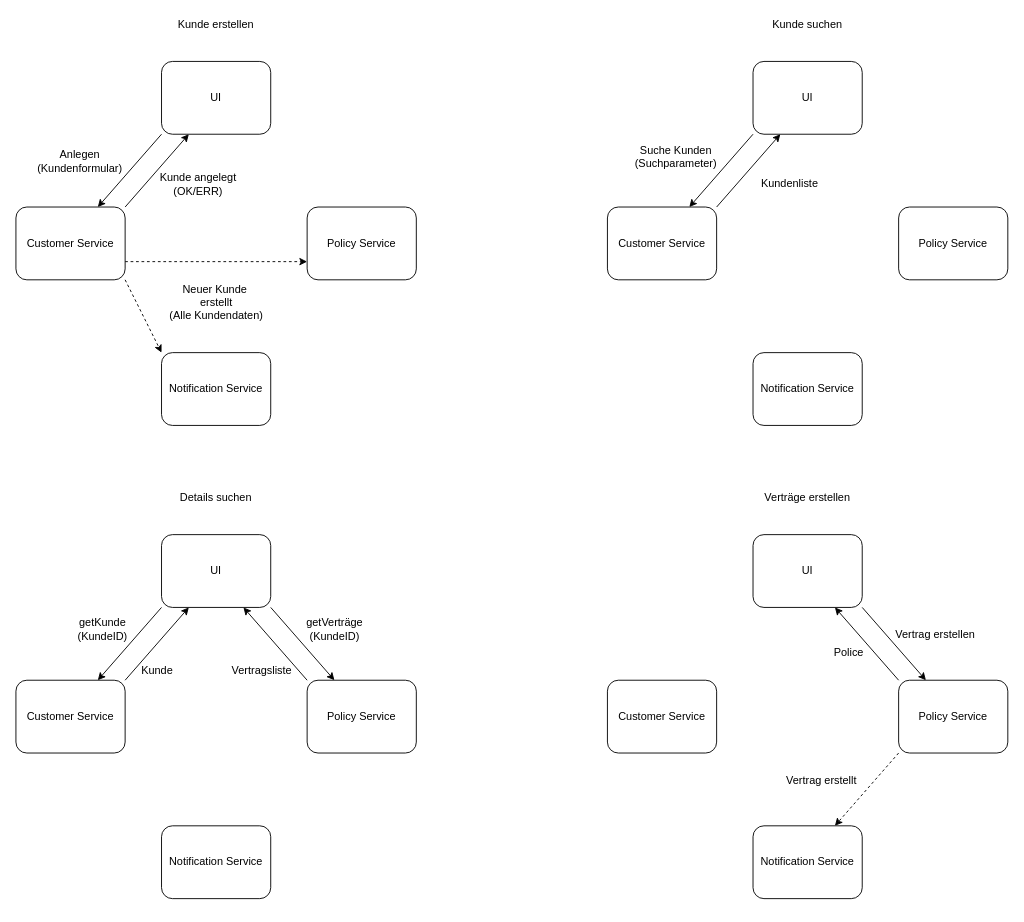
This is EDA/EDA_Ablauf.drawio from danieland2606/Bachelorprojekt, a draw.io file, before an edit. Source tidied: cells renumbered, new cells numbered last; positions are measured from the earlier drawing's top-left corner, leaving out a move shared by most shapes. Both pictures are drawn from the tidied source at 91%, with x=0, y=0 at pixel (15, 15).
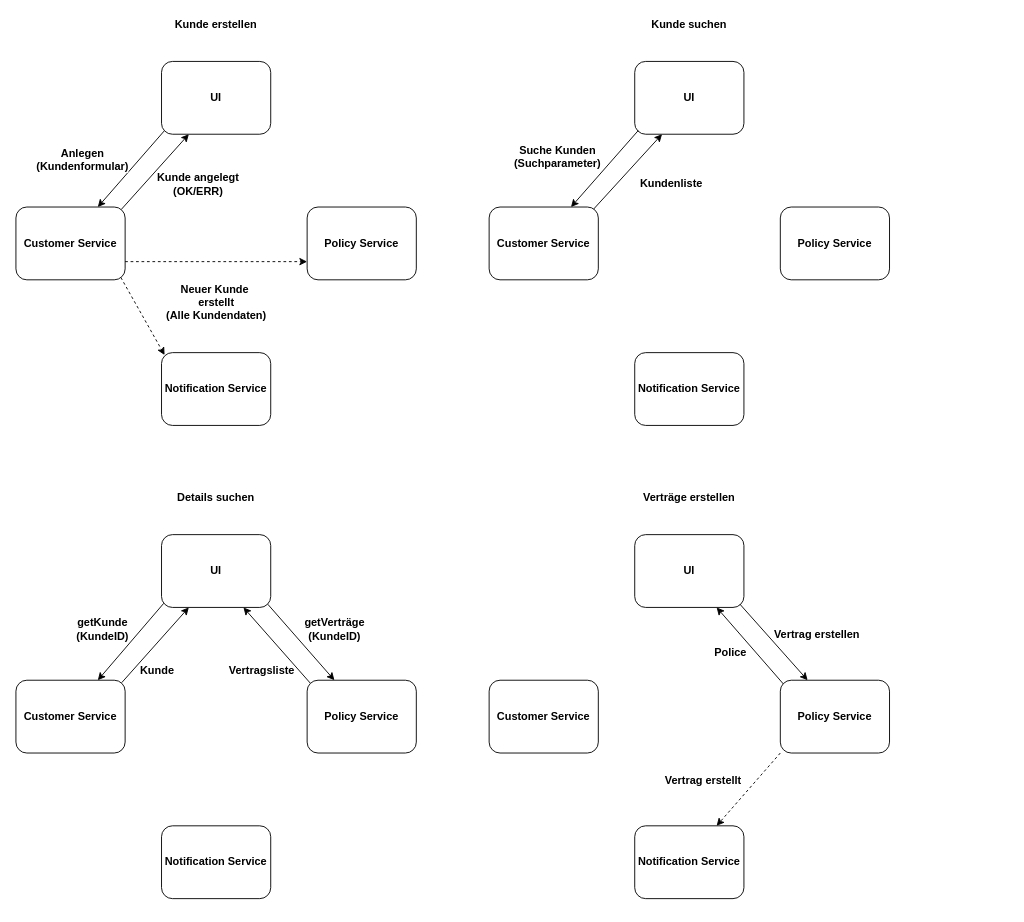
Above is the later version.

Change to the diagram source:
```diff
@@
-    <mxCell id="2" style="edgeStyle=none;rounded=0;jettySize=auto;html=1;exitX=0;exitY=1;exitDx=0;exitDy=0;entryX=0.75;entryY=0;entryDx=0;entryDy=0;" parent="1" edge="1" source="4" target="9">
-      <mxGeometry relative="1" as="geometry" />
-    </mxCell>
-    <mxCell id="3" value="Anlegen&lt;br style=&quot;font-size: 12px;&quot;&gt;(Kundenformular)" style="edgeLabel;html=1;align=center;verticalAlign=middle;fontSize=12;" parent="2" vertex="1">
-      <mxGeometry x="-0.44" y="2" relative="1" as="geometry">
-        <mxPoint x="-71.8" y="6.1" as="offset" />
-      </mxGeometry>
-    </mxCell>
+    <mxCell id="51" style="group;fontStyle=1;fontSize=12;" parent="1" vertex="1">
+      <mxGeometry width="440" height="450" as="geometry" />
+    </mxCell>
-    <mxCell id="4" value="UI" style="rounded=1;whiteSpace=wrap;html=1;" parent="1" vertex="1">
+    <mxCell id="4" value="UI" style="rounded=1;whiteSpace=wrap;html=1;fontStyle=1;fontSize=12;" parent="51" vertex="1">
       <mxGeometry x="160" y="50" width="120" height="80" as="geometry" />
     </mxCell>
-    <mxCell id="5" value="Notification Service" style="rounded=1;whiteSpace=wrap;html=1;" parent="1" vertex="1">
+    <mxCell id="5" value="Notification Service" style="rounded=1;whiteSpace=wrap;html=1;fontStyle=1;fontSize=12;" parent="51" vertex="1">
       <mxGeometry x="160" y="370" width="120" height="80" as="geometry" />
     </mxCell>
-    <mxCell id="6" style="rounded=0;jettySize=auto;html=1;exitX=1;exitY=1;exitDx=0;exitDy=0;entryX=0;entryY=0;entryDx=0;entryDy=0;dashed=1;" parent="1" edge="1" source="9" target="5">
+    <mxCell id="6" style="rounded=0;jettySize=auto;html=1;exitX=0.961;exitY=0.968;exitDx=0;exitDy=0;entryX=0.028;entryY=0.033;entryDx=0;entryDy=0;dashed=1;entryPerimeter=0;exitPerimeter=0;fontStyle=1;fontSize=12;" parent="51" edge="1" source="9" target="5">
       <mxGeometry relative="1" as="geometry" />
     </mxCell>
-    <mxCell id="7" style="edgeStyle=none;rounded=0;jettySize=auto;html=1;exitX=1;exitY=0.75;exitDx=0;exitDy=0;entryX=0;entryY=0.75;entryDx=0;entryDy=0;dashed=1;" parent="1" edge="1" source="9" target="10">
-      <mxGeometry relative="1" as="geometry" />
-    </mxCell>
-    <mxCell id="8" style="edgeStyle=none;rounded=0;jettySize=auto;html=1;exitX=1;exitY=0;exitDx=0;exitDy=0;entryX=0.25;entryY=1;entryDx=0;entryDy=0;" parent="1" edge="1" source="9" target="4">
+    <mxCell id="8" style="edgeStyle=none;rounded=0;jettySize=auto;html=1;exitX=0.965;exitY=0.033;exitDx=0;exitDy=0;entryX=0.25;entryY=1;entryDx=0;entryDy=0;exitPerimeter=0;fontStyle=1;fontSize=12;" parent="51" edge="1" source="9" target="4">
       <mxGeometry relative="1" as="geometry" />
     </mxCell>
-    <mxCell id="9" value="Customer Service" style="rounded=1;whiteSpace=wrap;html=1;" parent="1" vertex="1">
+    <mxCell id="9" value="Customer Service" style="rounded=1;whiteSpace=wrap;html=1;fontStyle=1;fontSize=12;" parent="51" vertex="1">
       <mxGeometry y="210" width="120" height="80" as="geometry" />
     </mxCell>
+    <mxCell id="2" style="edgeStyle=none;rounded=0;jettySize=auto;html=1;exitX=0.024;exitY=0.956;exitDx=0;exitDy=0;entryX=0.75;entryY=0;entryDx=0;entryDy=0;exitPerimeter=0;fontStyle=1;fontSize=12;" parent="51" edge="1" source="4" target="9">
+      <mxGeometry relative="1" as="geometry" />
+    </mxCell>
+    <mxCell id="3" value="Anlegen&lt;br style=&quot;font-size: 12px;&quot;&gt;(Kundenformular)" style="edgeLabel;html=1;align=center;verticalAlign=middle;fontSize=12;fontStyle=1;" parent="2" vertex="1">
+      <mxGeometry x="-0.44" y="2" relative="1" as="geometry">
+        <mxPoint x="-71.8" y="6.1" as="offset" />
+      </mxGeometry>
+    </mxCell>
-    <mxCell id="10" value="Policy Service" style="rounded=1;whiteSpace=wrap;html=1;" parent="1" vertex="1">
+    <mxCell id="10" value="Policy Service" style="rounded=1;whiteSpace=wrap;html=1;fontStyle=1;fontSize=12;" parent="51" vertex="1">
       <mxGeometry x="320" y="210" width="120" height="80" as="geometry" />
     </mxCell>
+    <mxCell id="7" style="edgeStyle=none;rounded=0;jettySize=auto;html=1;exitX=1;exitY=0.75;exitDx=0;exitDy=0;entryX=0;entryY=0.75;entryDx=0;entryDy=0;dashed=1;fontStyle=1;fontSize=12;" parent="51" edge="1" source="9" target="10">
+      <mxGeometry relative="1" as="geometry" />
+    </mxCell>
-    <mxCell id="11" style="edgeStyle=orthogonalEdgeStyle;rounded=0;orthogonalLoop=1;jettySize=auto;html=1;exitX=0.5;exitY=1;exitDx=0;exitDy=0;" parent="1" edge="1" source="5" target="5">
+    <mxCell id="11" style="edgeStyle=orthogonalEdgeStyle;rounded=0;orthogonalLoop=1;jettySize=auto;html=1;exitX=0.5;exitY=1;exitDx=0;exitDy=0;fontStyle=1;fontSize=12;" parent="51" edge="1" source="5" target="5">
       <mxGeometry relative="1" as="geometry" />
     </mxCell>
-    <mxCell id="12" value="Kunde erstellen" style="text;html=1;strokeColor=none;fillColor=none;align=center;verticalAlign=middle;whiteSpace=wrap;rounded=0;" parent="1" vertex="1">
+    <mxCell id="12" value="Kunde erstellen" style="text;html=1;strokeColor=none;fillColor=none;align=center;verticalAlign=middle;whiteSpace=wrap;rounded=0;fontStyle=1;fontSize=12;" parent="51" vertex="1">
       <mxGeometry width="440" height="20" as="geometry" />
     </mxCell>
-    <mxCell id="13" style="edgeStyle=none;rounded=0;jettySize=auto;html=1;exitX=0;exitY=1;exitDx=0;exitDy=0;entryX=0.75;entryY=0;entryDx=0;entryDy=0;fontSize=12;" parent="1" edge="1" source="15" target="18">
-      <mxGeometry relative="1" as="geometry" />
-    </mxCell>
-    <mxCell id="14" style="edgeStyle=none;rounded=0;jettySize=auto;html=1;exitX=1;exitY=1;exitDx=0;exitDy=0;entryX=0.25;entryY=0;entryDx=0;entryDy=0;fontSize=12;" parent="1" edge="1" source="15" target="20">
-      <mxGeometry relative="1" as="geometry" />
-    </mxCell>
-    <mxCell id="15" value="UI" style="rounded=1;whiteSpace=wrap;html=1;" parent="1" vertex="1">
-      <mxGeometry x="160" y="570" width="120" height="80" as="geometry" />
-    </mxCell>
-    <mxCell id="16" value="Notification Service" style="rounded=1;whiteSpace=wrap;html=1;" parent="1" vertex="1">
-      <mxGeometry x="160" y="890" width="120" height="80" as="geometry" />
-    </mxCell>
-    <mxCell id="17" style="edgeStyle=none;rounded=0;jettySize=auto;html=1;exitX=1;exitY=0;exitDx=0;exitDy=0;entryX=0.25;entryY=1;entryDx=0;entryDy=0;fontSize=12;" parent="1" edge="1" source="18" target="15">
-      <mxGeometry relative="1" as="geometry" />
-    </mxCell>
-    <mxCell id="18" value="Customer Service" style="rounded=1;whiteSpace=wrap;html=1;" parent="1" vertex="1">
-      <mxGeometry y="730" width="120" height="80" as="geometry" />
-    </mxCell>
-    <mxCell id="19" style="edgeStyle=none;rounded=0;jettySize=auto;html=1;exitX=0;exitY=0;exitDx=0;exitDy=0;entryX=0.75;entryY=1;entryDx=0;entryDy=0;fontSize=12;" parent="1" edge="1" source="20" target="15">
-      <mxGeometry relative="1" as="geometry" />
-    </mxCell>
-    <mxCell id="20" value="Policy Service" style="rounded=1;whiteSpace=wrap;html=1;" parent="1" vertex="1">
-      <mxGeometry x="320" y="730" width="120" height="80" as="geometry" />
-    </mxCell>
-    <mxCell id="21" style="edgeStyle=orthogonalEdgeStyle;rounded=0;orthogonalLoop=1;jettySize=auto;html=1;exitX=0.5;exitY=1;exitDx=0;exitDy=0;" parent="1" edge="1" source="16" target="16">
-      <mxGeometry relative="1" as="geometry" />
-    </mxCell>
-    <mxCell id="22" value="Details suchen" style="text;html=1;strokeColor=none;fillColor=none;align=center;verticalAlign=middle;whiteSpace=wrap;rounded=0;" parent="1" vertex="1">
-      <mxGeometry y="520" width="440" height="20" as="geometry" />
-    </mxCell>
-    <mxCell id="23" style="edgeStyle=none;rounded=0;jettySize=auto;html=1;exitX=0;exitY=1;exitDx=0;exitDy=0;entryX=0.75;entryY=0;entryDx=0;entryDy=0;fontSize=12;" parent="1" edge="1" source="24" target="27">
-      <mxGeometry relative="1" as="geometry" />
-    </mxCell>
+    <mxCell id="40" value="Kunde angelegt&lt;br style=&quot;font-size: 12px;&quot;&gt;(OK/ERR)" style="text;html=1;align=center;verticalAlign=middle;fontStyle=1;fontSize=12;" parent="51" vertex="1">
+      <mxGeometry x="145" y="165" width="110" height="40" as="geometry" />
+    </mxCell>
+    <mxCell id="41" value="Neuer Kunde&amp;nbsp;&lt;br style=&quot;font-size: 12px;&quot;&gt;erstellt&lt;br style=&quot;font-size: 12px;&quot;&gt;(Alle Kundendaten)" style="text;html=1;align=center;verticalAlign=middle;fontSize=12;fontStyle=1;" parent="51" vertex="1">
+      <mxGeometry x="155" y="285" width="130" height="60" as="geometry" />
+    </mxCell>
+    <mxCell id="52" style="group;fontStyle=1;fontSize=12;" parent="1" vertex="1">
+      <mxGeometry x="520" width="440" height="450" as="geometry" />
+    </mxCell>
-    <mxCell id="24" value="UI" style="rounded=1;whiteSpace=wrap;html=1;" parent="1" vertex="1">
-      <mxGeometry x="810" y="50" width="120" height="80" as="geometry" />
+    <mxCell id="24" value="UI" style="rounded=1;whiteSpace=wrap;html=1;fontStyle=1;fontSize=12;" parent="52" vertex="1">
+      <mxGeometry x="160" y="50" width="120" height="80" as="geometry" />
     </mxCell>
-    <mxCell id="25" value="Notification Service" style="rounded=1;whiteSpace=wrap;html=1;" parent="1" vertex="1">
-      <mxGeometry x="810" y="370" width="120" height="80" as="geometry" />
+    <mxCell id="25" value="Notification Service" style="rounded=1;whiteSpace=wrap;html=1;fontStyle=1;fontSize=12;" parent="52" vertex="1">
+      <mxGeometry x="160" y="370" width="120" height="80" as="geometry" />
     </mxCell>
-    <mxCell id="26" style="edgeStyle=none;rounded=0;jettySize=auto;html=1;exitX=1;exitY=0;exitDx=0;exitDy=0;entryX=0.25;entryY=1;entryDx=0;entryDy=0;fontSize=12;" parent="1" edge="1" source="27" target="24">
+    <mxCell id="26" style="edgeStyle=none;rounded=0;jettySize=auto;html=1;exitX=0.956;exitY=0.03;exitDx=0;exitDy=0;entryX=0.25;entryY=1;entryDx=0;entryDy=0;fontSize=12;exitPerimeter=0;fontStyle=1;" parent="52" edge="1" source="27" target="24">
       <mxGeometry relative="1" as="geometry" />
     </mxCell>
-    <mxCell id="27" value="Customer Service" style="rounded=1;whiteSpace=wrap;html=1;" parent="1" vertex="1">
-      <mxGeometry x="650" y="210" width="120" height="80" as="geometry" />
+    <mxCell id="27" value="Customer Service" style="rounded=1;whiteSpace=wrap;html=1;fontStyle=1;fontSize=12;" parent="52" vertex="1">
+      <mxGeometry y="210" width="120" height="80" as="geometry" />
     </mxCell>
-    <mxCell id="28" value="Policy Service" style="rounded=1;whiteSpace=wrap;html=1;" parent="1" vertex="1">
-      <mxGeometry x="970" y="210" width="120" height="80" as="geometry" />
+    <mxCell id="28" value="Policy Service" style="rounded=1;whiteSpace=wrap;html=1;fontStyle=1;fontSize=12;" parent="52" vertex="1">
+      <mxGeometry x="320" y="210" width="120" height="80" as="geometry" />
     </mxCell>
+    <mxCell id="23" style="edgeStyle=none;rounded=0;jettySize=auto;html=1;exitX=0.032;exitY=0.95;exitDx=0;exitDy=0;entryX=0.75;entryY=0;entryDx=0;entryDy=0;fontSize=12;exitPerimeter=0;fontStyle=1;" parent="52" edge="1" source="24" target="27">
+      <mxGeometry relative="1" as="geometry" />
+    </mxCell>
-    <mxCell id="29" style="edgeStyle=orthogonalEdgeStyle;rounded=0;orthogonalLoop=1;jettySize=auto;html=1;exitX=0.5;exitY=1;exitDx=0;exitDy=0;" parent="1" edge="1" source="25" target="25">
+    <mxCell id="29" style="edgeStyle=orthogonalEdgeStyle;rounded=0;orthogonalLoop=1;jettySize=auto;html=1;exitX=0.5;exitY=1;exitDx=0;exitDy=0;fontStyle=1;fontSize=12;" parent="52" edge="1" source="25" target="25">
       <mxGeometry relative="1" as="geometry" />
     </mxCell>
-    <mxCell id="30" value="Kunde suchen" style="text;html=1;strokeColor=none;fillColor=none;align=center;verticalAlign=middle;whiteSpace=wrap;rounded=0;" parent="1" vertex="1">
-      <mxGeometry x="650" width="440" height="20" as="geometry" />
+    <mxCell id="30" value="Kunde suchen" style="text;html=1;strokeColor=none;fillColor=none;align=center;verticalAlign=middle;whiteSpace=wrap;rounded=0;fontStyle=1;fontSize=12;" parent="52" vertex="1">
+      <mxGeometry width="440" height="20" as="geometry" />
     </mxCell>
-    <mxCell id="31" style="edgeStyle=none;rounded=0;jettySize=auto;html=1;exitX=1;exitY=1;exitDx=0;exitDy=0;entryX=0.25;entryY=0;entryDx=0;entryDy=0;fontSize=12;" parent="1" edge="1" source="32" target="37">
-      <mxGeometry relative="1" as="geometry" />
-    </mxCell>
+    <mxCell id="42" value="Suche Kunden&lt;br style=&quot;font-size: 12px;&quot;&gt;(Suchparameter)" style="text;html=1;align=center;verticalAlign=middle;fontSize=12;fontStyle=1;" parent="52" vertex="1">
+      <mxGeometry x="15" y="135" width="120" height="40" as="geometry" />
+    </mxCell>
+    <mxCell id="43" value="Kundenliste" style="text;html=1;align=center;verticalAlign=middle;fontSize=12;fontStyle=1;" parent="52" vertex="1">
+      <mxGeometry x="155" y="170" width="90" height="30" as="geometry" />
+    </mxCell>
+    <mxCell id="53" style="group;fontStyle=1;fontSize=12;" parent="1" vertex="1">
+      <mxGeometry x="520" y="520" width="440" height="450" as="geometry" />
+    </mxCell>
-    <mxCell id="32" value="UI" style="rounded=1;whiteSpace=wrap;html=1;" parent="1" vertex="1">
-      <mxGeometry x="810" y="570" width="120" height="80" as="geometry" />
+    <mxCell id="32" value="UI" style="rounded=1;whiteSpace=wrap;html=1;fontStyle=1;fontSize=12;" parent="53" vertex="1">
+      <mxGeometry x="160" y="50" width="120" height="80" as="geometry" />
     </mxCell>
-    <mxCell id="33" value="Notification Service" style="rounded=1;whiteSpace=wrap;html=1;" parent="1" vertex="1">
-      <mxGeometry x="810" y="890" width="120" height="80" as="geometry" />
+    <mxCell id="33" value="Notification Service" style="rounded=1;whiteSpace=wrap;html=1;fontStyle=1;fontSize=12;" parent="53" vertex="1">
+      <mxGeometry x="160" y="370" width="120" height="80" as="geometry" />
     </mxCell>
-    <mxCell id="34" value="Customer Service" style="rounded=1;whiteSpace=wrap;html=1;" parent="1" vertex="1">
-      <mxGeometry x="650" y="730" width="120" height="80" as="geometry" />
+    <mxCell id="34" value="Customer Service" style="rounded=1;whiteSpace=wrap;html=1;fontStyle=1;fontSize=12;" parent="53" vertex="1">
+      <mxGeometry y="210" width="120" height="80" as="geometry" />
     </mxCell>
-    <mxCell id="35" style="edgeStyle=none;rounded=0;jettySize=auto;html=1;exitX=0;exitY=0;exitDx=0;exitDy=0;entryX=0.75;entryY=1;entryDx=0;entryDy=0;fontSize=12;" parent="1" edge="1" source="37" target="32">
+    <mxCell id="35" style="edgeStyle=none;rounded=0;jettySize=auto;html=1;exitX=0.03;exitY=0.055;exitDx=0;exitDy=0;entryX=0.75;entryY=1;entryDx=0;entryDy=0;fontSize=12;exitPerimeter=0;fontStyle=1;" parent="53" edge="1" source="37" target="32">
       <mxGeometry relative="1" as="geometry" />
     </mxCell>
-    <mxCell id="36" style="edgeStyle=none;rounded=0;jettySize=auto;html=1;exitX=0;exitY=1;exitDx=0;exitDy=0;entryX=0.75;entryY=0;entryDx=0;entryDy=0;fontSize=12;dashed=1;" parent="1" edge="1" source="37" target="33">
+    <mxCell id="36" style="edgeStyle=none;rounded=0;jettySize=auto;html=1;exitX=0;exitY=1;exitDx=0;exitDy=0;entryX=0.75;entryY=0;entryDx=0;entryDy=0;fontSize=12;dashed=1;fontStyle=1;" parent="53" edge="1" source="37" target="33">
       <mxGeometry relative="1" as="geometry" />
     </mxCell>
-    <mxCell id="37" value="Policy Service" style="rounded=1;whiteSpace=wrap;html=1;" parent="1" vertex="1">
-      <mxGeometry x="970" y="730" width="120" height="80" as="geometry" />
+    <mxCell id="37" value="Policy Service" style="rounded=1;whiteSpace=wrap;html=1;fontStyle=1;fontSize=12;" parent="53" vertex="1">
+      <mxGeometry x="320" y="210" width="120" height="80" as="geometry" />
     </mxCell>
+    <mxCell id="31" style="edgeStyle=none;rounded=0;jettySize=auto;html=1;exitX=0.963;exitY=0.955;exitDx=0;exitDy=0;entryX=0.25;entryY=0;entryDx=0;entryDy=0;fontSize=12;exitPerimeter=0;fontStyle=1;" parent="53" edge="1" source="32" target="37">
+      <mxGeometry relative="1" as="geometry" />
+    </mxCell>
-    <mxCell id="38" style="edgeStyle=orthogonalEdgeStyle;rounded=0;orthogonalLoop=1;jettySize=auto;html=1;exitX=0.5;exitY=1;exitDx=0;exitDy=0;" parent="1" edge="1" source="33" target="33">
+    <mxCell id="38" style="edgeStyle=orthogonalEdgeStyle;rounded=0;orthogonalLoop=1;jettySize=auto;html=1;exitX=0.5;exitY=1;exitDx=0;exitDy=0;fontStyle=1;fontSize=12;" parent="53" edge="1" source="33" target="33">
       <mxGeometry relative="1" as="geometry" />
     </mxCell>
-    <mxCell id="39" value="Verträge erstellen" style="text;html=1;strokeColor=none;fillColor=none;align=center;verticalAlign=middle;whiteSpace=wrap;rounded=0;" parent="1" vertex="1">
-      <mxGeometry x="650" y="520" width="440" height="20" as="geometry" />
+    <mxCell id="39" value="Verträge erstellen" style="text;html=1;strokeColor=none;fillColor=none;align=center;verticalAlign=middle;whiteSpace=wrap;rounded=0;fontStyle=1;fontSize=12;" parent="53" vertex="1">
+      <mxGeometry width="440" height="20" as="geometry" />
     </mxCell>
-    <mxCell id="40" value="Kunde angelegt&lt;br&gt;(OK/ERR)" style="text;html=1;align=center;verticalAlign=middle;" parent="1" vertex="1">
-      <mxGeometry x="150" y="170" width="100" height="30" as="geometry" />
-    </mxCell>
-    <mxCell id="41" value="Neuer Kunde&amp;nbsp;&lt;br&gt;erstellt&lt;br&gt;(Alle Kundendaten)" style="text;html=1;align=center;verticalAlign=middle;fontSize=12;" parent="1" vertex="1">
-      <mxGeometry x="160" y="290" width="120" height="50" as="geometry" />
-    </mxCell>
-    <mxCell id="42" value="Suche Kunden&lt;br&gt;(Suchparameter)" style="text;html=1;align=center;verticalAlign=middle;fontSize=12;" parent="1" vertex="1">
-      <mxGeometry x="670" y="140" width="110" height="30" as="geometry" />
-    </mxCell>
-    <mxCell id="43" value="Kundenliste" style="text;html=1;align=center;verticalAlign=middle;fontSize=12;" parent="1" vertex="1">
-      <mxGeometry x="810" y="175" width="80" height="20" as="geometry" />
-    </mxCell>
+    <mxCell id="48" value="Vertrag erstellen" style="text;html=1;align=center;verticalAlign=middle;fontSize=12;fontStyle=1;" parent="53" vertex="1">
+      <mxGeometry x="300" y="145" width="120" height="30" as="geometry" />
+    </mxCell>
+    <mxCell id="49" value="Police" style="text;html=1;align=center;verticalAlign=middle;fontSize=12;fontStyle=1;" parent="53" vertex="1">
+      <mxGeometry x="235" y="165" width="60" height="30" as="geometry" />
+    </mxCell>
+    <mxCell id="50" value="Vertrag erstellt" style="text;html=1;align=center;verticalAlign=middle;fontSize=12;fontStyle=1;" parent="53" vertex="1">
+      <mxGeometry x="180" y="305" width="110" height="30" as="geometry" />
+    </mxCell>
+    <mxCell id="54" style="group;strokeWidth=1;fontStyle=1;fontSize=12;" parent="1" vertex="1">
+      <mxGeometry y="520" width="440" height="450" as="geometry" />
+    </mxCell>
+    <mxCell id="15" value="UI" style="rounded=1;whiteSpace=wrap;html=1;glass=0;shadow=0;fontStyle=1;fontSize=12;" parent="54" vertex="1">
+      <mxGeometry x="160" y="50" width="120" height="80" as="geometry" />
+    </mxCell>
+    <mxCell id="16" value="Notification Service" style="rounded=1;whiteSpace=wrap;html=1;fontStyle=1;fontSize=12;" parent="54" vertex="1">
+      <mxGeometry x="160" y="370" width="120" height="80" as="geometry" />
+    </mxCell>
+    <mxCell id="17" style="edgeStyle=none;rounded=0;jettySize=auto;html=1;exitX=0.969;exitY=0.033;exitDx=0;exitDy=0;entryX=0.25;entryY=1;entryDx=0;entryDy=0;fontSize=12;exitPerimeter=0;fontStyle=1;" parent="54" edge="1" source="18" target="15">
+      <mxGeometry relative="1" as="geometry" />
+    </mxCell>
+    <mxCell id="18" value="Customer Service" style="rounded=1;whiteSpace=wrap;html=1;fontStyle=1;fontSize=12;" parent="54" vertex="1">
+      <mxGeometry y="210" width="120" height="80" as="geometry" />
+    </mxCell>
+    <mxCell id="13" style="edgeStyle=none;rounded=0;jettySize=auto;html=1;entryX=0.75;entryY=0;entryDx=0;entryDy=0;fontSize=12;exitX=0.02;exitY=0.944;exitDx=0;exitDy=0;exitPerimeter=0;fontStyle=1;" parent="54" edge="1" source="15" target="18">
+      <mxGeometry relative="1" as="geometry" />
+    </mxCell>
+    <mxCell id="19" style="edgeStyle=none;rounded=0;jettySize=auto;html=1;exitX=0.032;exitY=0.045;exitDx=0;exitDy=0;fontSize=12;exitPerimeter=0;entryX=0.75;entryY=1;entryDx=0;entryDy=0;fontStyle=1;" parent="54" edge="1" source="20" target="15">
+      <mxGeometry relative="1" as="geometry" />
+    </mxCell>
+    <mxCell id="20" value="Policy Service" style="rounded=1;whiteSpace=wrap;html=1;fontStyle=1;fontSize=12;" parent="54" vertex="1">
+      <mxGeometry x="320" y="210" width="120" height="80" as="geometry" />
+    </mxCell>
+    <mxCell id="14" style="edgeStyle=none;rounded=0;jettySize=auto;html=1;exitX=0.973;exitY=0.956;exitDx=0;exitDy=0;entryX=0.25;entryY=0;entryDx=0;entryDy=0;fontSize=12;exitPerimeter=0;fontStyle=1;" parent="54" edge="1" source="15" target="20">
+      <mxGeometry relative="1" as="geometry" />
+    </mxCell>
+    <mxCell id="21" style="edgeStyle=orthogonalEdgeStyle;rounded=0;orthogonalLoop=1;jettySize=auto;html=1;exitX=0.5;exitY=1;exitDx=0;exitDy=0;fontStyle=1;fontSize=12;" parent="54" edge="1" source="16" target="16">
+      <mxGeometry relative="1" as="geometry" />
+    </mxCell>
+    <mxCell id="22" value="Details suchen" style="text;html=1;strokeColor=none;fillColor=none;align=center;verticalAlign=middle;whiteSpace=wrap;rounded=0;fontStyle=1;fontSize=12;" parent="54" vertex="1">
+      <mxGeometry width="440" height="20" as="geometry" />
+    </mxCell>
-    <mxCell id="44" value="getKunde&lt;br&gt;(KundeID)" style="text;html=1;align=center;verticalAlign=middle;fontSize=12;" parent="1" vertex="1">
-      <mxGeometry x="60" y="659" width="70" height="30" as="geometry" />
+    <mxCell id="44" value="getKunde&lt;br style=&quot;font-size: 12px;&quot;&gt;(KundeID)" style="text;html=1;align=center;verticalAlign=middle;fontSize=12;fontStyle=1;" parent="54" vertex="1">
+      <mxGeometry x="55" y="134" width="80" height="40" as="geometry" />
     </mxCell>
-    <mxCell id="45" value="Kunde" style="text;html=1;align=center;verticalAlign=middle;fontSize=12;" parent="1" vertex="1">
-      <mxGeometry x="130" y="710" width="50" height="20" as="geometry" />
+    <mxCell id="45" value="Kunde" style="text;html=1;align=center;verticalAlign=middle;fontSize=12;fontStyle=1;" parent="54" vertex="1">
+      <mxGeometry x="125" y="185" width="60" height="30" as="geometry" />
     </mxCell>
-    <mxCell id="46" value="getVerträge&lt;br&gt;(KundeID)" style="text;html=1;align=center;verticalAlign=middle;fontSize=12;" parent="1" vertex="1">
-      <mxGeometry x="310" y="659" width="80" height="30" as="geometry" />
+    <mxCell id="46" value="getVerträge&lt;br style=&quot;font-size: 12px;&quot;&gt;(KundeID)" style="text;html=1;align=center;verticalAlign=middle;fontSize=12;fontStyle=1;" parent="54" vertex="1">
+      <mxGeometry x="305" y="134" width="90" height="40" as="geometry" />
     </mxCell>
-    <mxCell id="47" value="Vertragsliste" style="text;html=1;align=center;verticalAlign=middle;fontSize=12;" parent="1" vertex="1">
-      <mxGeometry x="230" y="710" width="80" height="20" as="geometry" />
+    <mxCell id="47" value="Vertragsliste" style="text;html=1;align=center;verticalAlign=middle;fontSize=12;fontStyle=1;" parent="54" vertex="1">
+      <mxGeometry x="220" y="185" width="100" height="30" as="geometry" />
     </mxCell>
-    <mxCell id="48" value="Vertrag erstellen" style="text;html=1;align=center;verticalAlign=middle;fontSize=12;" parent="1" vertex="1">
-      <mxGeometry x="960" y="670" width="100" height="20" as="geometry" />
-    </mxCell>
-    <mxCell id="49" value="Police" style="text;html=1;align=center;verticalAlign=middle;fontSize=12;" parent="1" vertex="1">
-      <mxGeometry x="890" y="690" width="50" height="20" as="geometry" />
-    </mxCell>
-    <mxCell id="50" value="Vertrag erstellt" style="text;html=1;align=center;verticalAlign=middle;fontSize=12;" parent="1" vertex="1">
-      <mxGeometry x="840" y="830" width="90" height="20" as="geometry" />
-    </mxCell>
```
